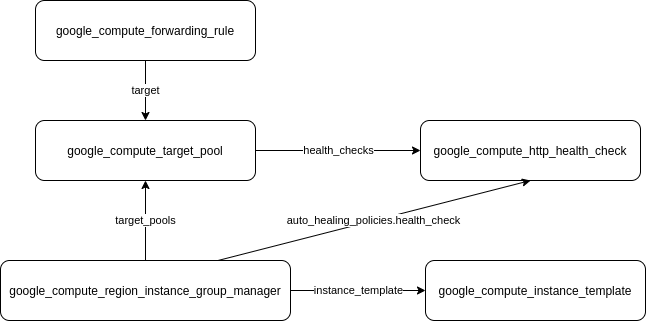
The draw.io diagram mig/nlb_targetpool.png in awiradarma/gcp, before a commit. Source tidied: cells renumbered, new cells last; positions are measured from the earlier drawing's top-left corner, leaving out a move shared by most shapes.
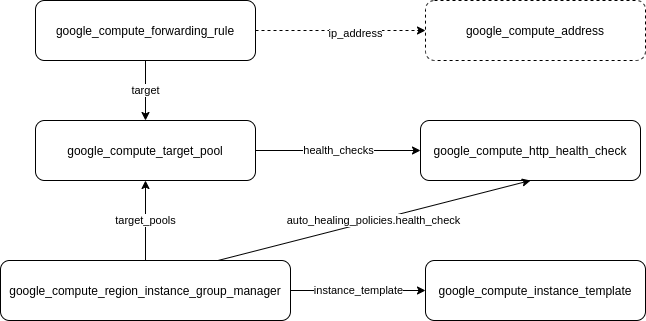
The same diagram one commit later.

Commit message:
Add optional address to the diagram

Diff of the diagram source:
```diff
@@ -11,6 +11,12 @@
     <mxCell id="4" value="target" style="edgeStyle=none;rounded=0;jettySize=auto;html=1;exitX=0.5;exitY=1;exitDx=0;exitDy=0;entryX=0.5;entryY=0;entryDx=0;entryDy=0;" parent="1" edge="1" source="5" target="3">
       <mxGeometry relative="1" as="geometry" />
     </mxCell>
+    <mxCell id="12" style="edgeStyle=none;rounded=0;jettySize=auto;html=1;exitX=1;exitY=0.5;exitDx=0;exitDy=0;entryX=0;entryY=0.5;entryDx=0;entryDy=0;dashed=1;" parent="1" edge="1" source="5" target="14">
+      <mxGeometry relative="1" as="geometry" />
+    </mxCell>
+    <mxCell id="13" value="ip_address" style="edgeLabel;html=1;align=center;verticalAlign=middle;" parent="12" vertex="1">
+      <mxGeometry x="0.16" y="-2" relative="1" as="geometry" />
+    </mxCell>
     <mxCell id="5" value="google_compute_forwarding_rule" style="rounded=1;whiteSpace=wrap;html=1;" parent="1" vertex="1">
       <mxGeometry x="35" width="220" height="60" as="geometry" />
     </mxCell>
@@ -32,5 +38,8 @@
     <mxCell id="11" value="google_compute_instance_template" style="rounded=1;whiteSpace=wrap;html=1;" parent="1" vertex="1">
       <mxGeometry x="425" y="260" width="220" height="60" as="geometry" />
     </mxCell>
+    <mxCell id="14" value="google_compute_address" style="rounded=1;whiteSpace=wrap;html=1;dashed=1;" parent="1" vertex="1">
+      <mxGeometry x="425" width="220" height="60" as="geometry" />
+    </mxCell>
   </root>
 </mxGraphModel>
```
